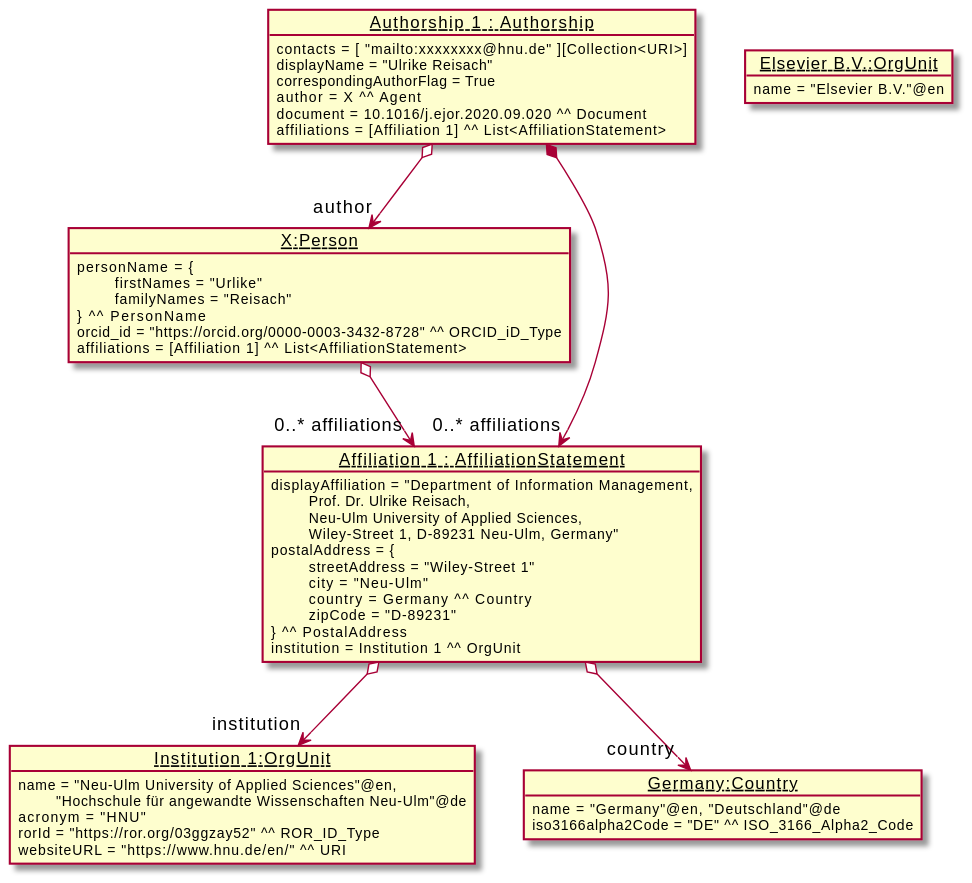
EuroCRIS/CERIF-Core keeps this PlantUML diagram as diagrams/example.svg. Above is the earlier version.
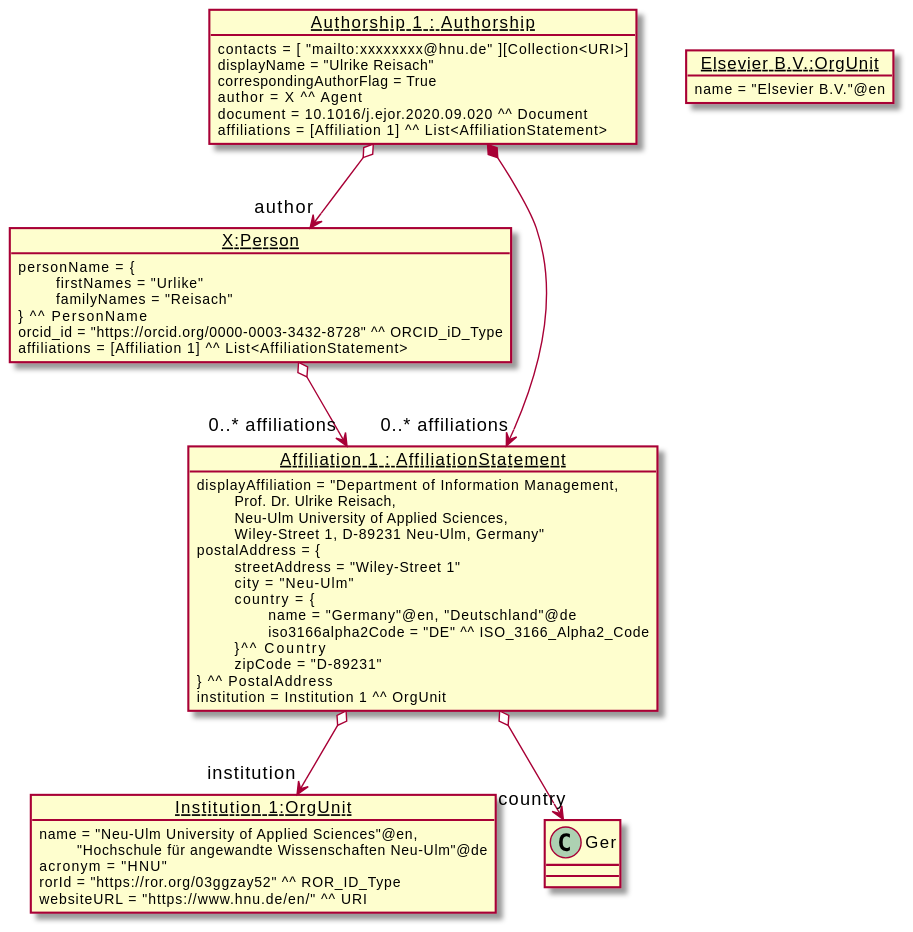
After the commit.

Commit message:
:rocket: adding generated diagrams

What changed in the source:
```diff
@@ -20,12 +20,6 @@
     	}
     !endsub
 
-    !startsub affiliations
-    object "<u>Germany:Country</u>" as Ger {
-           name = "Germany"@en, "Deutschland"@de
-           iso3166alpha2Code = "DE" ^^ ISO_3166_Alpha2_Code
-        }
-    !endsub
 
     !startsub elsevier
     object "<u>Elsevier B.V.:OrgUnit</u>" as Elsevier {
@@ -42,7 +36,10 @@
             postalAddress = {
             \t streetAddress = "Wiley-Street 1"
             \t city = "Neu-Ulm"
-            \t country = Germany ^^ Country
+            \t country = {
+                        \t\t name = "Germany"@en, "Deutschland"@de
+                        \t\t iso3166alpha2Code = "DE" ^^ ISO_3166_Alpha2_Code
+                        \t }^^ Country
             \t zipCode = "D-89231"
             } ^^ PostalAddress
             institution = Institution 1 ^^ OrgUnit
```
